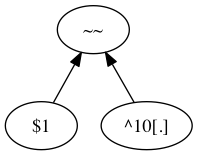
The Graphviz diagram godfw-hoq-20160405/opcode-idiom2.png in jmscott/talk, before a commit. Its source is kept beside it as godfw-hoq-20160405/opcode-idiom2.dot. Source of this version:
```dot
digraph G {

	graph [
		size="12.5,12.5"
		rankdir="BT"
	];
	"$1" -> "~~"
	"^10[.]" -> "~~"
}
```
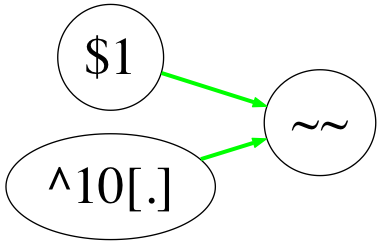
The same diagram one commit later.

Diff of the diagram source:
```diff
@@ -1,9 +1,17 @@
 digraph G {
 
 	graph [
-		size="12.5,12.5"
-		rankdir="BT"
+		size="8.5,8.5"
+		rankdir="LR"
 	];
+	node [
+		fontsize=40
+	]
+	edge [
+		color=green
+		weight=1
+		penwidth=3
+	]
 	"$1" -> "~~"
 	"^10[.]" -> "~~"
 }
```
